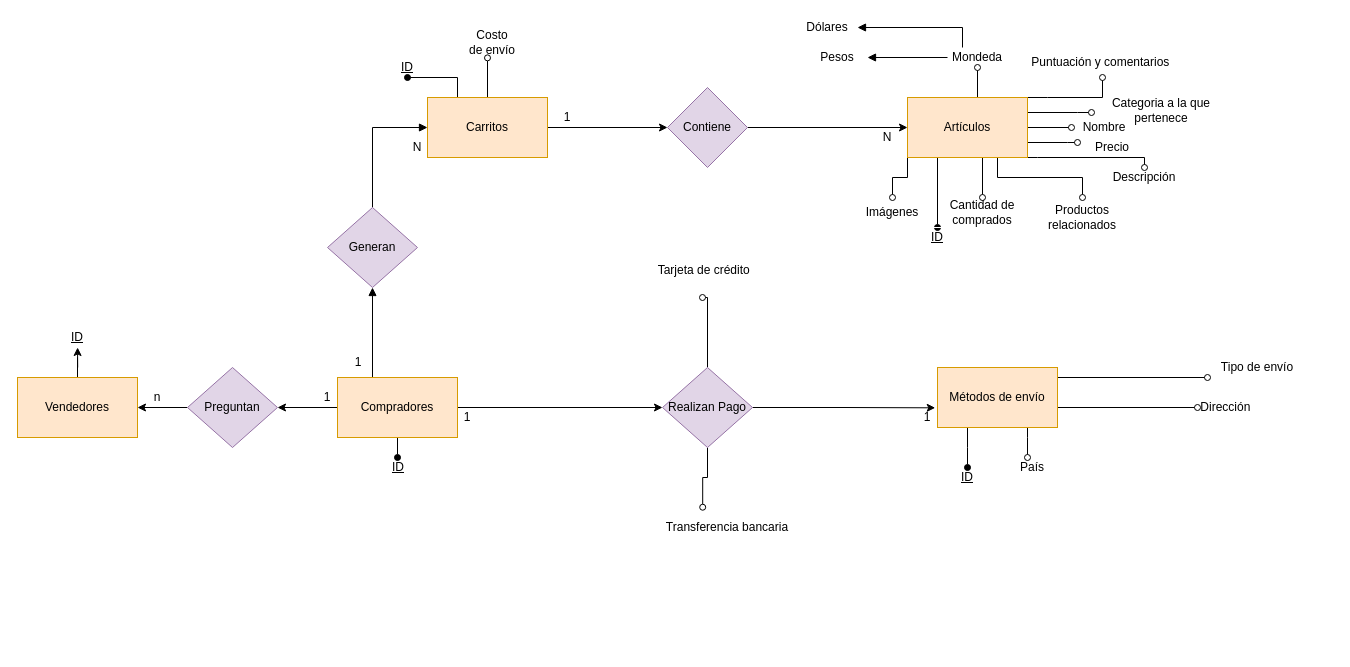
maytediaz98/trabajo-grupal keeps this draw.io diagram as Untitled Diagram.drawio. Above is the earlier version. Source tidied: cells renumbered, new cells numbered last; positions are measured from the earlier drawing's top-left corner, leaving out a move shared by most shapes. Both pictures are drawn from the tidied source at 100%, with x=0, y=0 at pixel (17, 17).
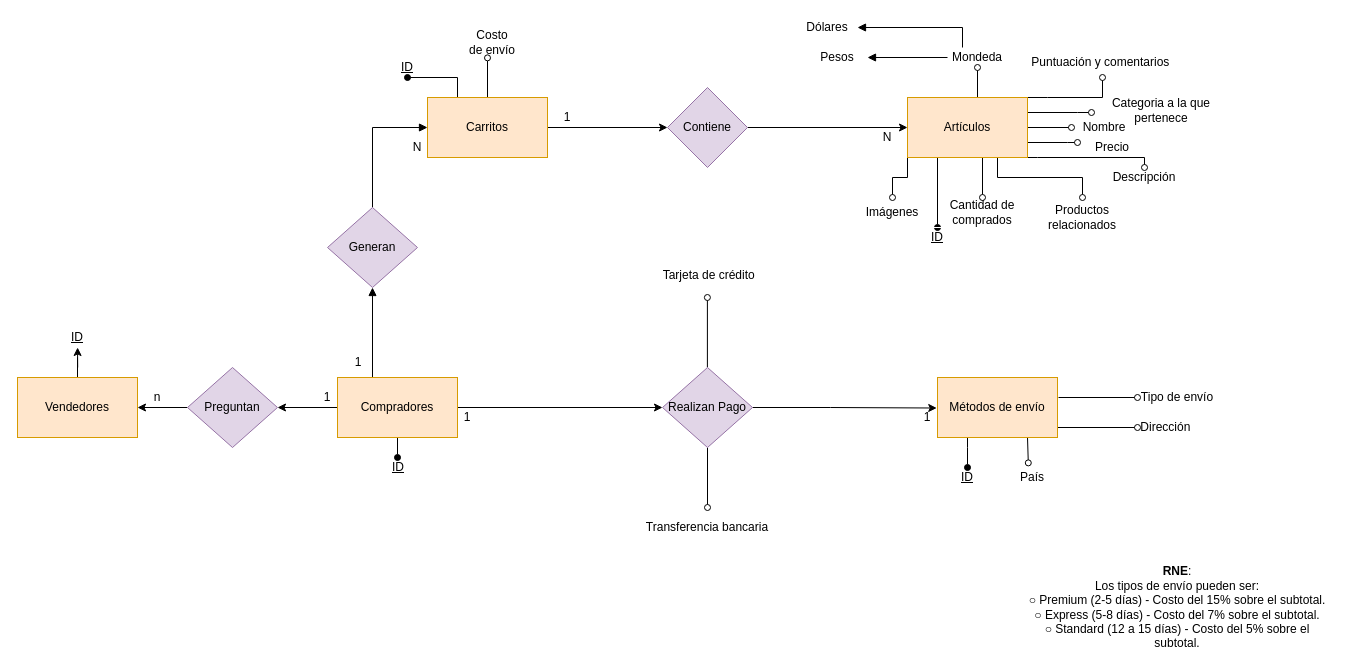
Above is the later version.

Commit message:
Diagrama E-Mercado . Entrega 1

Unchanged cells that the change refers to:
```xml
<mxCell id="23" value="Realizan Pago" style="rhombus;whiteSpace=wrap;html=1;rounded=0;fillColor=#e1d5e7;strokeColor=#9673a6;" parent="1" vertex="1">
  <mxGeometry x="645" y="350" width="90" height="80" as="geometry" />
</mxCell>
<mxCell id="40" value="1" style="text;html=1;strokeColor=none;fillColor=none;align=center;verticalAlign=middle;whiteSpace=wrap;rounded=0;" parent="1" vertex="1">
  <mxGeometry x="890" y="390" width="40" height="20" as="geometry" />
</mxCell>
```

Change to the diagram source:
```diff
@@
-    <mxCell id="20" style="edgeStyle=orthogonalEdgeStyle;rounded=0;jettySize=auto;html=1;entryX=-0.019;entryY=0.672;entryDx=0;entryDy=0;entryPerimeter=0;" parent="1" edge="1" source="23" target="28">
-      <mxGeometry relative="1" as="geometry" />
+    <mxCell id="20" style="edgeStyle=orthogonalEdgeStyle;rounded=0;jettySize=auto;html=1;entryX=0.731;entryY=0.026;entryDx=0;entryDy=0;entryPerimeter=0;" parent="1" edge="1" source="23" target="40">
+      <mxGeometry relative="1" as="geometry">
+        <Array as="points">
+          <mxPoint x="813" y="390" />
+          <mxPoint x="813" y="391" />
+          <mxPoint x="919" y="391" />
+        </Array>
+      </mxGeometry>
     </mxCell>
-    <mxCell id="21" style="edgeStyle=orthogonalEdgeStyle;rounded=0;jettySize=auto;html=1;exitX=0.5;exitY=0;exitDx=0;exitDy=0;endArrow=oval;endFill=0;" parent="1" edge="1" source="23">
+    <mxCell id="21" style="edgeStyle=orthogonalEdgeStyle;rounded=0;orthogonalLoop=1;jettySize=auto;html=1;endArrow=oval;endFill=0;" parent="1" edge="1">
       <mxGeometry relative="1" as="geometry">
-        <mxPoint x="685" y="280" as="targetPoint" />
+        <mxPoint x="689.9" y="350" as="sourcePoint" />
+        <mxPoint x="689.9" y="280" as="targetPoint" />
         <Array as="points">
-          <mxPoint x="685" y="280" />
+          <mxPoint x="689.9" y="350" />
         </Array>
       </mxGeometry>
     </mxCell>
-    <mxCell id="22" style="edgeStyle=orthogonalEdgeStyle;rounded=0;jettySize=auto;html=1;exitX=0.5;exitY=1;exitDx=0;exitDy=0;endArrow=oval;endFill=0;entryX=0.345;entryY=-0.007;entryDx=0;entryDy=0;entryPerimeter=0;" parent="1" edge="1" source="23" target="34">
-      <mxGeometry relative="1" as="geometry" />
+    <mxCell id="22" style="edgeStyle=orthogonalEdgeStyle;rounded=0;jettySize=auto;html=1;exitX=0.5;exitY=1;exitDx=0;exitDy=0;endArrow=oval;endFill=0;" parent="1" edge="1" source="23">
+      <mxGeometry relative="1" as="geometry">
+        <mxPoint x="690" y="490" as="targetPoint" />
+        <Array as="points">
+          <mxPoint x="690" y="490" />
+        </Array>
+      </mxGeometry>
     </mxCell>
@@
-    <mxCell id="24" style="edgeStyle=orthogonalEdgeStyle;rounded=0;jettySize=auto;html=1;exitX=0.25;exitY=1;exitDx=0;exitDy=0;endArrow=oval;endFill=0;" parent="1" edge="1" source="28" target="37">
+    <mxCell id="24" style="edgeStyle=orthogonalEdgeStyle;rounded=0;orthogonalLoop=1;jettySize=auto;html=1;endArrow=oval;endFill=0;" parent="1" edge="1">
       <mxGeometry relative="1" as="geometry">
+        <mxPoint x="1041" y="380" as="sourcePoint" />
+        <mxPoint x="1120" y="380" as="targetPoint" />
         <Array as="points">
-          <mxPoint x="950" y="360" />
+          <mxPoint x="1041" y="380" />
         </Array>
       </mxGeometry>
     </mxCell>
-    <mxCell id="25" style="edgeStyle=orthogonalEdgeStyle;rounded=0;jettySize=auto;html=1;exitX=0.75;exitY=1;exitDx=0;exitDy=0;endArrow=oval;endFill=0;" parent="1" edge="1" source="28">
+    <mxCell id="25" style="edgeStyle=orthogonalEdgeStyle;rounded=0;jettySize=auto;html=1;exitX=0.75;exitY=1;exitDx=0;exitDy=0;endArrow=oval;endFill=0;entryX=0.416;entryY=0.013;entryDx=0;entryDy=0;entryPerimeter=0;" parent="1" edge="1" source="28" target="36">
       <mxGeometry relative="1" as="geometry">
-        <mxPoint x="1010" y="440" as="targetPoint" />
         <Array as="points">
-          <mxPoint x="1010" y="420" />
+          <mxPoint x="1011" y="420" />
         </Array>
       </mxGeometry>
     </mxCell>
-    <mxCell id="26" style="edgeStyle=orthogonalEdgeStyle;rounded=0;jettySize=auto;html=1;exitX=1;exitY=1;exitDx=0;exitDy=0;endArrow=oval;endFill=0;entryX=0;entryY=0.5;entryDx=0;entryDy=0;" parent="1" edge="1" source="28" target="35">
+    <mxCell id="26" style="edgeStyle=orthogonalEdgeStyle;rounded=0;jettySize=auto;html=1;exitX=1;exitY=1;exitDx=0;exitDy=0;endArrow=oval;endFill=0;" parent="1" edge="1" source="28">
       <mxGeometry relative="1" as="geometry">
+        <mxPoint x="1120" y="410" as="targetPoint" />
         <Array as="points">
-          <mxPoint x="1040" y="390" />
+          <mxPoint x="1040" y="410" />
         </Array>
       </mxGeometry>
     </mxCell>
@@
     <mxCell id="28" value="Métodos de envío" style="whiteSpace=wrap;html=1;rounded=0;fillColor=#ffe6cc;strokeColor=#d79b00;" parent="1" vertex="1">
-      <mxGeometry x="920" y="350" width="120" height="60" as="geometry" />
+      <mxGeometry x="920" y="360" width="120" height="60" as="geometry" />
     </mxCell>
@@
     <mxCell id="34" value="Transferencia bancaria" style="text;html=1;strokeColor=none;fillColor=none;align=center;verticalAlign=middle;whiteSpace=wrap;rounded=0;" parent="1" vertex="1">
-      <mxGeometry x="630" y="490" width="160" height="40" as="geometry" />
+      <mxGeometry x="610" y="490" width="160" height="40" as="geometry" />
     </mxCell>
     <mxCell id="35" value="Dirección&amp;nbsp;" style="text;html=1;strokeColor=none;fillColor=none;align=center;verticalAlign=middle;whiteSpace=wrap;rounded=0;" parent="1" vertex="1">
-      <mxGeometry x="1180" y="380" width="60" height="20" as="geometry" />
+      <mxGeometry x="1120" y="400" width="60" height="20" as="geometry" />
     </mxCell>
     <mxCell id="36" value="País" style="text;html=1;strokeColor=none;fillColor=none;align=center;verticalAlign=middle;whiteSpace=wrap;rounded=0;" parent="1" vertex="1">
-      <mxGeometry x="990" y="435" width="50" height="30" as="geometry" />
+      <mxGeometry x="990" y="445" width="50" height="30" as="geometry" />
     </mxCell>
     <mxCell id="37" value="Tipo de envío" style="text;html=1;strokeColor=none;fillColor=none;align=center;verticalAlign=middle;whiteSpace=wrap;rounded=0;" parent="1" vertex="1">
-      <mxGeometry x="1190" y="335" width="100" height="30" as="geometry" />
+      <mxGeometry x="1110" y="365" width="100" height="30" as="geometry" />
     </mxCell>
@@
     <mxCell id="41" value="&amp;nbsp;Tarjeta de crédito" style="text;html=1;strokeColor=none;fillColor=none;align=center;verticalAlign=middle;whiteSpace=wrap;rounded=0;" parent="1" vertex="1">
-      <mxGeometry x="625" y="240" width="120" height="25" as="geometry" />
+      <mxGeometry x="630" y="245" width="120" height="25" as="geometry" />
     </mxCell>
@@
+    <mxCell id="75" value="&lt;b&gt;RNE&lt;/b&gt;:&lt;br&gt;Los tipos de envío pueden ser:&lt;br&gt;○ Premium (2-5 días) - Costo del 15% sobre el subtotal.&lt;br&gt;○ Express (5-8 días) - Costo del 7% sobre el subtotal.&lt;br&gt;○ Standard (12 a 15 días) - Costo del 5% sobre el subtotal." style="text;html=1;strokeColor=none;fillColor=none;align=center;verticalAlign=middle;whiteSpace=wrap;rounded=0;" parent="1" vertex="1">
+      <mxGeometry x="1005" y="580" width="310" height="20" as="geometry" />
+    </mxCell>
```
